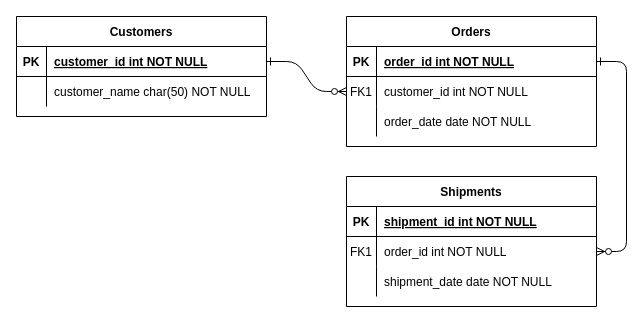
Above: NA Diagram.drawio in adrianferenc/narrative-analyzer (draw.io), before the change. Source tidied: cells renumbered, new cells numbered last; positions are measured from the earlier drawing's top-left corner, leaving out a move shared by most shapes. Both pictures are drawn from the tidied source at 100%, with x=0, y=0 at pixel (16, 16).
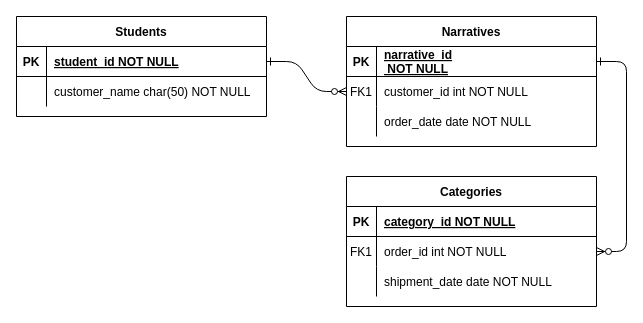
Above is the later version.

The change refers to these unchanged cells:
```xml
<mxCell id="5" style="shape=partialRectangle;fillColor=none;points=[[0,0.5],[1,0.5]];portConstraint=eastwest;top=0;left=0;right=0;bottom=1;" parent="4" vertex="1">
  <mxGeometry y="30" width="250" height="30" as="geometry" />
</mxCell>
<mxCell id="15" style="shape=partialRectangle;fillColor=none;top=0;left=0;right=0;bottom=1;" parent="14" vertex="1">
  <mxGeometry y="30" width="250" height="30" as="geometry" />
</mxCell>
<mxCell id="25" style="shape=partialRectangle;fillColor=none;points=[[0,0.5],[1,0.5]];portConstraint=eastwest;top=0;left=0;right=0;bottom=1;" parent="24" vertex="1">
  <mxGeometry y="30" width="250" height="30" as="geometry" />
</mxCell>
```

What changed in the source:
```diff
@@
-    <mxCell id="4" value="Orders" style="shape=table;startSize=30;childLayout=tableLayout;rowLines=0;fontStyle=1;align=center;" parent="1" vertex="1">
+    <mxCell id="4" value="Narratives" style="shape=table;startSize=30;childLayout=tableLayout;rowLines=0;fontStyle=1;align=center;" parent="1" vertex="1">
       <mxGeometry x="330" width="250" height="130" as="geometry" />
     </mxCell>
@@
-    <mxCell id="7" value="order_id int NOT NULL " style="shape=partialRectangle;overflow=hidden;fillColor=none;top=0;left=0;bottom=0;right=0;align=left;spacingLeft=6;fontStyle=5;" parent="5" vertex="1">
+    <mxCell id="7" value="narrative_id&#10; NOT NULL " style="shape=partialRectangle;overflow=hidden;fillColor=none;top=0;left=0;bottom=0;right=0;align=left;spacingLeft=6;fontStyle=5;" parent="5" vertex="1">
       <mxGeometry x="30" width="220" height="30" as="geometry" />
     </mxCell>
@@
-    <mxCell id="14" value="Shipments" style="shape=table;startSize=30;childLayout=tableLayout;rowLines=0;fontStyle=1;align=center;" parent="1" vertex="1">
+    <mxCell id="14" value="Categories" style="shape=table;startSize=30;childLayout=tableLayout;rowLines=0;fontStyle=1;align=center;" parent="1" vertex="1">
       <mxGeometry x="330" y="160" width="250" height="130" as="geometry" />
     </mxCell>
@@
-    <mxCell id="17" value="shipment_id int NOT NULL " style="shape=partialRectangle;overflow=hidden;fillColor=none;top=0;left=0;bottom=0;right=0;align=left;spacingLeft=6;fontStyle=5;" parent="15" vertex="1">
+    <mxCell id="17" value="category_id NOT NULL " style="shape=partialRectangle;overflow=hidden;fillColor=none;top=0;left=0;bottom=0;right=0;align=left;spacingLeft=6;fontStyle=5;" parent="15" vertex="1">
       <mxGeometry x="30" width="220" height="30" as="geometry" />
     </mxCell>
@@
-    <mxCell id="24" value="Customers" style="shape=table;startSize=30;childLayout=tableLayout;rowLines=0;fontStyle=1;align=center;" parent="1" vertex="1">
+    <mxCell id="24" value="Students" style="shape=table;startSize=30;childLayout=tableLayout;rowLines=0;fontStyle=1;align=center;" parent="1" vertex="1">
       <mxGeometry width="250" height="100" as="geometry" />
     </mxCell>
@@
-    <mxCell id="27" value="customer_id int NOT NULL " style="shape=partialRectangle;overflow=hidden;fillColor=none;top=0;left=0;bottom=0;right=0;align=left;spacingLeft=6;fontStyle=5;" parent="25" vertex="1">
+    <mxCell id="27" value="student_id NOT NULL " style="shape=partialRectangle;overflow=hidden;fillColor=none;top=0;left=0;bottom=0;right=0;align=left;spacingLeft=6;fontStyle=5;" parent="25" vertex="1">
       <mxGeometry x="30" width="220" height="30" as="geometry" />
     </mxCell>
```
